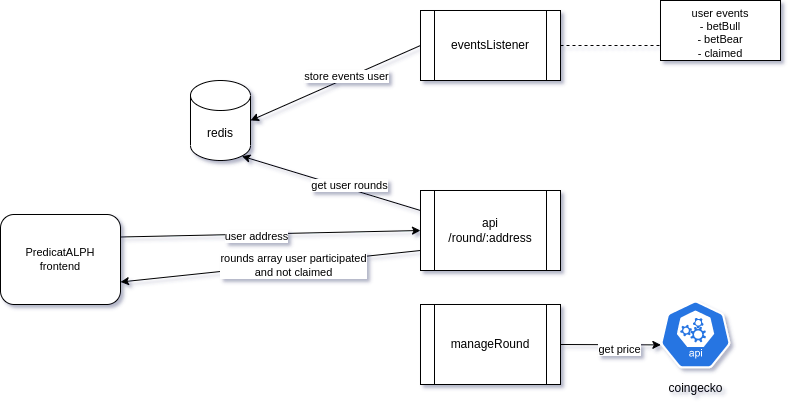
Above: docs/img/components.png in notrustverify/predictalph-contracts (draw.io), before the change. Source tidied: cells renumbered, new cells last; positions are measured from the earlier drawing's top-left corner, leaving out a move shared by most shapes.
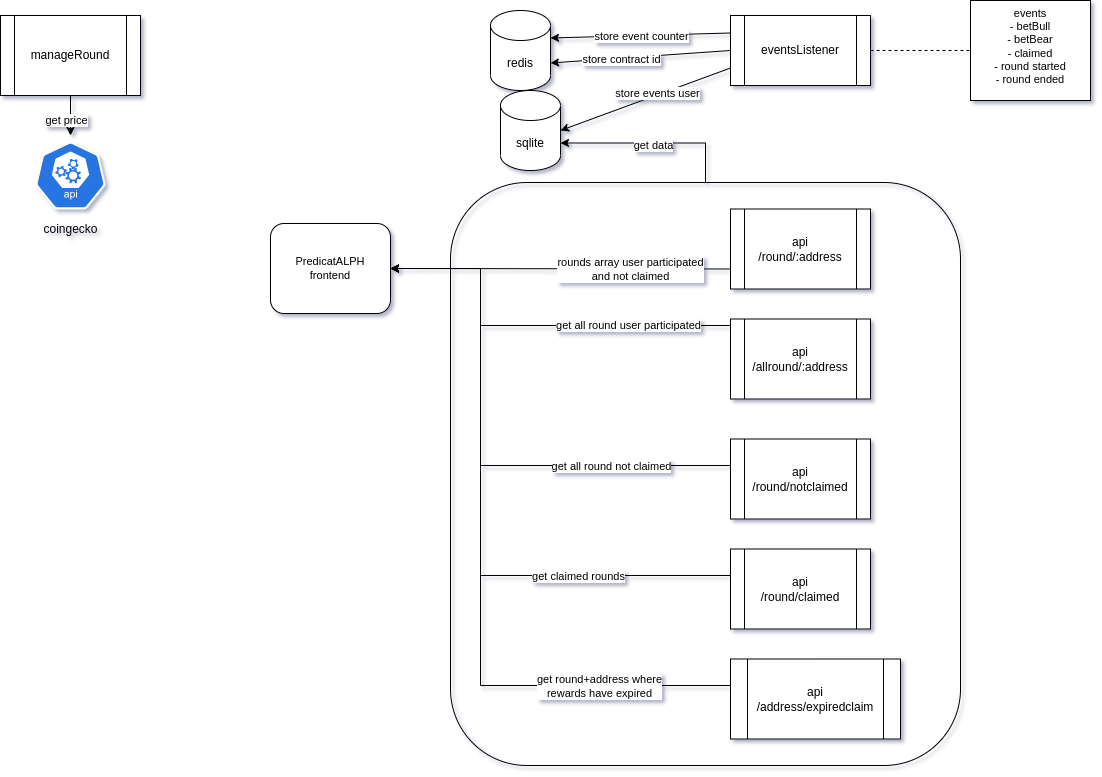
Later version of the same file.

Change to the diagram source:
```diff
@@ -2,61 +2,145 @@
   <root>
     <mxCell id="0" />
     <mxCell id="1" parent="0" />
-    <mxCell id="2" style="edgeStyle=none;rounded=0;jettySize=auto;html=1;exitX=1;exitY=0.5;exitDx=0;exitDy=0;entryX=0;entryY=0.75;entryDx=0;entryDy=0;fontFamily=Helvetica;fontSize=11;endArrow=none;endFill=0;dashed=1;" parent="1" edge="1" source="3" target="19">
+    <mxCell id="2" style="edgeStyle=orthogonalEdgeStyle;rounded=0;jettySize=auto;html=1;exitX=0.5;exitY=0;exitDx=0;exitDy=0;entryX=1;entryY=0;entryDx=0;entryDy=52.5;entryPerimeter=0;" parent="1" edge="1" source="4" target="12">
       <mxGeometry relative="1" as="geometry" />
     </mxCell>
-    <mxCell id="3" value="eventsListener" style="shape=process;whiteSpace=wrap;html=1;backgroundOutline=1;" parent="1" vertex="1">
-      <mxGeometry x="420" y="10" width="140" height="70" as="geometry" />
+    <mxCell id="3" value="get data" style="edgeLabel;html=1;align=center;verticalAlign=middle;points=[];" parent="2" vertex="1">
+      <mxGeometry x="-0.01" y="2" relative="1" as="geometry" />
     </mxCell>
-    <mxCell id="4" style="edgeStyle=none;rounded=0;jettySize=auto;html=1;exitX=1;exitY=0.5;exitDx=0;exitDy=0;entryX=0.005;entryY=0.63;entryDx=0;entryDy=0;entryPerimeter=0;" parent="1" edge="1" source="6" target="15">
-      <mxGeometry relative="1" as="geometry" />
+    <mxCell id="4" style="rounded=1;whiteSpace=wrap;html=1;fillColor=none;" parent="1" vertex="1">
+      <mxGeometry x="370" y="187" width="510" height="583" as="geometry" />
     </mxCell>
-    <mxCell id="5" value="get price" style="edgeLabel;html=1;align=center;verticalAlign=middle;" parent="4" vertex="1">
-      <mxGeometry x="0.2" y="-4" relative="1" as="geometry">
-        <mxPoint x="-1" as="offset" />
-      </mxGeometry>
+    <mxCell id="5" style="edgeStyle=none;rounded=0;jettySize=auto;html=1;exitX=1;exitY=0.5;exitDx=0;exitDy=0;entryX=0;entryY=0.5;entryDx=0;entryDy=0;fontFamily=Helvetica;fontSize=11;endArrow=none;endFill=0;dashed=1;" parent="1" edge="1" source="8" target="20">
+      <mxGeometry relative="1" as="geometry" />
     </mxCell>
-    <mxCell id="6" value="manageRound" style="shape=process;whiteSpace=wrap;html=1;backgroundOutline=1;" parent="1" vertex="1">
-      <mxGeometry x="420" y="304" width="140" height="80" as="geometry" />
+    <mxCell id="6" style="edgeStyle=none;rounded=0;jettySize=auto;html=1;exitX=0;exitY=0.5;exitDx=0;exitDy=0;entryX=1;entryY=0;entryDx=0;entryDy=52.5;entryPerimeter=0;startArrow=none;startFill=0;endArrow=classic;endFill=1;" parent="1" edge="1" source="8" target="23">
+      <mxGeometry relative="1" as="geometry" />
     </mxCell>
-    <mxCell id="7" value="redis" style="shape=cylinder3;whiteSpace=wrap;html=1;boundedLbl=1;backgroundOutline=1;size=15;" parent="1" vertex="1">
-      <mxGeometry x="190" y="80" width="60" height="80" as="geometry" />
+    <mxCell id="7" value="store contract id" style="edgeLabel;html=1;align=center;verticalAlign=middle;points=[];" parent="6" vertex="1">
+      <mxGeometry x="0.21" y="1" relative="1" as="geometry">
+        <mxPoint x="-1" as="offset" />
+      </mxGeometry>
     </mxCell>
-    <mxCell id="8" style="edgeStyle=none;rounded=0;jettySize=auto;html=1;exitX=0;exitY=0.75;exitDx=0;exitDy=0;entryX=1;entryY=0.75;entryDx=0;entryDy=0;fontFamily=Helvetica;fontSize=11;" parent="1" edge="1" source="12" target="18">
-      <mxGeometry relative="1" as="geometry" />
+    <mxCell id="8" value="eventsListener" style="shape=process;whiteSpace=wrap;html=1;backgroundOutline=1;" parent="1" vertex="1">
+      <mxGeometry x="650" y="20" width="140" height="70" as="geometry" />
     </mxCell>
-    <mxCell id="9" value="rounds array user participated&lt;br&gt;and not claimed" style="edgeLabel;html=1;align=center;verticalAlign=middle;fontSize=11;fontFamily=Helvetica;" parent="8" vertex="1">
-      <mxGeometry x="-0.15" y="1" relative="1" as="geometry" />
+    <mxCell id="9" style="edgeStyle=none;rounded=0;jettySize=auto;html=1;exitX=0.5;exitY=1;exitDx=0;exitDy=0;entryX=0.5;entryY=0;entryDx=0;entryDy=0;entryPerimeter=0;" parent="1" edge="1" source="11" target="18">
+      <mxGeometry relative="1" as="geometry" />
     </mxCell>
-    <mxCell id="10" style="edgeStyle=none;rounded=0;jettySize=auto;html=1;exitX=0;exitY=0.25;exitDx=0;exitDy=0;entryX=0.855;entryY=1;entryDx=0;entryDy=-4.35;entryPerimeter=0;fontFamily=Helvetica;fontSize=11;" parent="1" edge="1" source="12" target="7">
-      <mxGeometry relative="1" as="geometry" />
+    <mxCell id="10" value="get price" style="edgeLabel;html=1;align=center;verticalAlign=middle;" parent="9" vertex="1">
+      <mxGeometry x="0.2" y="-4" relative="1" as="geometry">
+        <mxPoint x="-1" as="offset" />
+      </mxGeometry>
     </mxCell>
-    <mxCell id="11" value="get user rounds" style="edgeLabel;html=1;align=center;verticalAlign=middle;points=[];fontSize=11;fontFamily=Helvetica;" parent="10" vertex="1">
-      <mxGeometry x="-0.19" y="-4" relative="1" as="geometry" />
+    <mxCell id="11" value="manageRound" style="shape=process;whiteSpace=wrap;html=1;backgroundOutline=1;" parent="1" vertex="1">
+      <mxGeometry x="-80" y="20" width="140" height="80" as="geometry" />
     </mxCell>
-    <mxCell id="12" value="api&lt;br&gt;/round/:address" style="shape=process;whiteSpace=wrap;html=1;backgroundOutline=1;" parent="1" vertex="1">
-      <mxGeometry x="420" y="190" width="140" height="80" as="geometry" />
+    <mxCell id="12" value="sqlite" style="shape=cylinder3;whiteSpace=wrap;html=1;boundedLbl=1;backgroundOutline=1;size=15;" parent="1" vertex="1">
+      <mxGeometry x="420" y="95" width="60" height="80" as="geometry" />
     </mxCell>
-    <mxCell id="13" style="endArrow=classic;html=1;rounded=0;entryX=1;entryY=0.5;entryDx=0;entryDy=0;entryPerimeter=0;exitX=0;exitY=0.5;exitDx=0;exitDy=0;" parent="1" edge="1" source="3" target="7">
+    <mxCell id="13" style="edgeStyle=none;rounded=0;jettySize=auto;html=1;exitX=0;exitY=0.75;exitDx=0;exitDy=0;entryX=1;entryY=0.5;entryDx=0;entryDy=0;fontFamily=Helvetica;fontSize=11;" parent="1" edge="1" source="15" target="19">
       <mxGeometry relative="1" as="geometry" />
     </mxCell>
-    <mxCell id="14" value="store events user" style="edgeLabel;html=1;align=center;verticalAlign=middle;fontSize=11;fontFamily=Helvetica;" parent="13" vertex="1">
-      <mxGeometry x="-0.14" y="-2" relative="1" as="geometry" />
+    <mxCell id="14" value="rounds array user participated&lt;br&gt;and not claimed" style="edgeLabel;html=1;align=center;verticalAlign=middle;fontSize=11;fontFamily=Helvetica;" parent="13" vertex="1">
+      <mxGeometry x="-0.15" y="1" relative="1" as="geometry">
+        <mxPoint x="44" y="-1" as="offset" />
+      </mxGeometry>
     </mxCell>
-    <mxCell id="15" value="coingecko" style="sketch=0;html=1;dashed=0;whitespace=wrap;fillColor=#2875E2;strokeColor=#ffffff;points=[[0.005,0.63,0],[0.1,0.2,0],[0.9,0.2,0],[0.5,0,0],[0.995,0.63,0],[0.72,0.99,0],[0.5,1,0],[0.28,0.99,0]];verticalLabelPosition=bottom;align=center;verticalAlign=top;shape=mxgraph.kubernetes.icon;prIcon=api;" parent="1" vertex="1">
-      <mxGeometry x="660" y="294" width="70" height="80" as="geometry" />
+    <mxCell id="15" value="api&lt;br&gt;/round/:address" style="shape=process;whiteSpace=wrap;html=1;backgroundOutline=1;" parent="1" vertex="1">
+      <mxGeometry x="650" y="213.5" width="140" height="80" as="geometry" />
     </mxCell>
-    <mxCell id="16" style="rounded=0;jettySize=auto;html=1;exitX=1;exitY=0.25;exitDx=0;exitDy=0;entryX=0;entryY=0.5;entryDx=0;entryDy=0;fontFamily=Helvetica;fontSize=11;" parent="1" edge="1" source="18" target="12">
+    <mxCell id="16" style="endArrow=classic;html=1;rounded=0;entryX=1;entryY=0.5;entryDx=0;entryDy=0;entryPerimeter=0;exitX=0;exitY=0.75;exitDx=0;exitDy=0;" parent="1" edge="1" source="8" target="12">
       <mxGeometry relative="1" as="geometry" />
     </mxCell>
-    <mxCell id="17" value="user address" style="edgeLabel;html=1;align=center;verticalAlign=middle;fontSize=11;fontFamily=Helvetica;" parent="16" vertex="1">
-      <mxGeometry x="-0.1" y="-2" relative="1" as="geometry" />
+    <mxCell id="17" value="store events user" style="edgeLabel;html=1;align=center;verticalAlign=middle;fontSize=11;fontFamily=Helvetica;" parent="16" vertex="1">
+      <mxGeometry x="-0.14" y="-2" relative="1" as="geometry" />
     </mxCell>
-    <mxCell id="18" value="PredicatALPH&lt;br&gt;frontend" style="rounded=1;whiteSpace=wrap;html=1;labelBackgroundColor=none;fontFamily=Helvetica;fontSize=11;" parent="1" vertex="1">
-      <mxGeometry y="214" width="120" height="90" as="geometry" />
+    <mxCell id="18" value="coingecko" style="sketch=0;html=1;dashed=0;whitespace=wrap;fillColor=#2875E2;strokeColor=#ffffff;points=[[0.005,0.63,0],[0.1,0.2,0],[0.9,0.2,0],[0.5,0,0],[0.995,0.63,0],[0.72,0.99,0],[0.5,1,0],[0.28,0.99,0]];verticalLabelPosition=bottom;align=center;verticalAlign=top;shape=mxgraph.kubernetes.icon;prIcon=api;" parent="1" vertex="1">
+      <mxGeometry x="-45" y="140" width="70" height="80" as="geometry" />
     </mxCell>
-    <mxCell id="19" value="user events&lt;br&gt;- betBull&lt;br&gt;- betBear&lt;br&gt;- claimed" style="rounded=0;whiteSpace=wrap;html=1;labelBackgroundColor=none;fontFamily=Helvetica;fontSize=11;align=center;verticalAlign=top;" parent="1" vertex="1">
-      <mxGeometry x="660" width="120" height="60" as="geometry" />
+    <mxCell id="19" value="PredicatALPH&lt;br&gt;frontend" style="rounded=1;whiteSpace=wrap;html=1;labelBackgroundColor=none;fontFamily=Helvetica;fontSize=11;" parent="1" vertex="1">
+      <mxGeometry x="190" y="228" width="120" height="90" as="geometry" />
     </mxCell>
+    <mxCell id="20" value="events&lt;br&gt;- betBull&lt;br&gt;- betBear&lt;br&gt;- claimed&lt;br&gt;- round started&lt;br&gt;- round ended" style="rounded=0;whiteSpace=wrap;html=1;labelBackgroundColor=none;fontFamily=Helvetica;fontSize=11;align=center;verticalAlign=top;" parent="1" vertex="1">
+      <mxGeometry x="890" y="5" width="120" height="100" as="geometry" />
+    </mxCell>
+    <mxCell id="21" style="rounded=0;jettySize=auto;html=1;exitX=1;exitY=0;exitDx=0;exitDy=27.5;exitPerimeter=0;entryX=0;entryY=0.25;entryDx=0;entryDy=0;endArrow=none;endFill=0;startArrow=classic;startFill=1;" parent="1" edge="1" source="23" target="8">
+      <mxGeometry relative="1" as="geometry" />
+    </mxCell>
+    <mxCell id="22" value="store event counter" style="edgeLabel;html=1;align=center;verticalAlign=middle;" parent="21" vertex="1">
+      <mxGeometry x="-0.2" y="-2" relative="1" as="geometry">
+        <mxPoint x="18" y="-2" as="offset" />
+      </mxGeometry>
+    </mxCell>
+    <mxCell id="23" value="redis" style="shape=cylinder3;whiteSpace=wrap;html=1;boundedLbl=1;backgroundOutline=1;size=15;" parent="1" vertex="1">
+      <mxGeometry x="410" y="15" width="60" height="80" as="geometry" />
+    </mxCell>
+    <mxCell id="24" style="edgeStyle=orthogonalEdgeStyle;rounded=0;jettySize=auto;html=1;exitX=0;exitY=0.25;exitDx=0;exitDy=0;entryX=1;entryY=0.5;entryDx=0;entryDy=0;" parent="1" edge="1" source="26" target="19">
+      <mxGeometry relative="1" as="geometry">
+        <Array as="points">
+          <mxPoint x="650" y="330" />
+          <mxPoint x="400" y="330" />
+          <mxPoint x="400" y="273" />
+        </Array>
+      </mxGeometry>
+    </mxCell>
+    <mxCell id="25" value="get all round user participated" style="edgeLabel;html=1;align=center;verticalAlign=middle;" parent="24" vertex="1">
+      <mxGeometry x="-0.27" y="-1" relative="1" as="geometry">
+        <mxPoint x="35" as="offset" />
+      </mxGeometry>
+    </mxCell>
+    <mxCell id="26" value="api&lt;br&gt;/allround/:address" style="shape=process;whiteSpace=wrap;html=1;backgroundOutline=1;" parent="1" vertex="1">
+      <mxGeometry x="650" y="323.5" width="140" height="80" as="geometry" />
+    </mxCell>
+    <mxCell id="27" style="edgeStyle=orthogonalEdgeStyle;rounded=0;jettySize=auto;html=1;exitX=0;exitY=0.5;exitDx=0;exitDy=0;entryX=1;entryY=0.5;entryDx=0;entryDy=0;" parent="1" edge="1" source="29" target="19">
+      <mxGeometry relative="1" as="geometry">
+        <Array as="points">
+          <mxPoint x="650" y="470" />
+          <mxPoint x="400" y="470" />
+          <mxPoint x="400" y="273" />
+        </Array>
+      </mxGeometry>
+    </mxCell>
+    <mxCell id="28" value="get all round not claimed" style="edgeLabel;html=1;align=center;verticalAlign=middle;" parent="27" vertex="1">
+      <mxGeometry x="-0.63" relative="1" as="geometry">
+        <mxPoint x="-32" as="offset" />
+      </mxGeometry>
+    </mxCell>
+    <mxCell id="29" value="api&lt;br&gt;/round/notclaimed" style="shape=process;whiteSpace=wrap;html=1;backgroundOutline=1;" parent="1" vertex="1">
+      <mxGeometry x="650" y="443.5" width="140" height="80" as="geometry" />
+    </mxCell>
+    <mxCell id="30" style="edgeStyle=orthogonalEdgeStyle;rounded=0;jettySize=auto;html=1;exitX=0;exitY=0.5;exitDx=0;exitDy=0;entryX=1;entryY=0.5;entryDx=0;entryDy=0;" parent="1" edge="1" source="32" target="19">
+      <mxGeometry relative="1" as="geometry">
+        <Array as="points">
+          <mxPoint x="650" y="580" />
+          <mxPoint x="400" y="580" />
+          <mxPoint x="400" y="273" />
+        </Array>
+      </mxGeometry>
+    </mxCell>
+    <mxCell id="31" value="get claimed rounds" style="edgeLabel;html=1;align=center;verticalAlign=middle;" parent="30" vertex="1">
+      <mxGeometry x="-0.5" relative="1" as="geometry" />
+    </mxCell>
+    <mxCell id="32" value="api&lt;br&gt;/round/claimed" style="shape=process;whiteSpace=wrap;html=1;backgroundOutline=1;" parent="1" vertex="1">
+      <mxGeometry x="650" y="553.5" width="140" height="80" as="geometry" />
+    </mxCell>
+    <mxCell id="33" style="edgeStyle=orthogonalEdgeStyle;rounded=0;jettySize=auto;html=1;exitX=0;exitY=0.5;exitDx=0;exitDy=0;entryX=1;entryY=0.5;entryDx=0;entryDy=0;" parent="1" edge="1" source="35" target="19">
+      <mxGeometry relative="1" as="geometry">
+        <Array as="points">
+          <mxPoint x="650" y="690" />
+          <mxPoint x="400" y="690" />
+          <mxPoint x="400" y="273" />
+        </Array>
+      </mxGeometry>
+    </mxCell>
+    <mxCell id="34" value="get round+address where&lt;br&gt;rewards have expired" style="edgeLabel;html=1;align=center;verticalAlign=middle;" parent="33" vertex="1">
+      <mxGeometry x="-0.5" y="1" relative="1" as="geometry">
+        <mxPoint x="47" y="-1" as="offset" />
+      </mxGeometry>
+    </mxCell>
+    <mxCell id="35" value="api&lt;br&gt;/address/expiredclaim" style="shape=process;whiteSpace=wrap;html=1;backgroundOutline=1;" parent="1" vertex="1">
+      <mxGeometry x="650" y="663.5" width="170" height="80" as="geometry" />
+    </mxCell>
   </root>
 </mxGraphModel>
```
